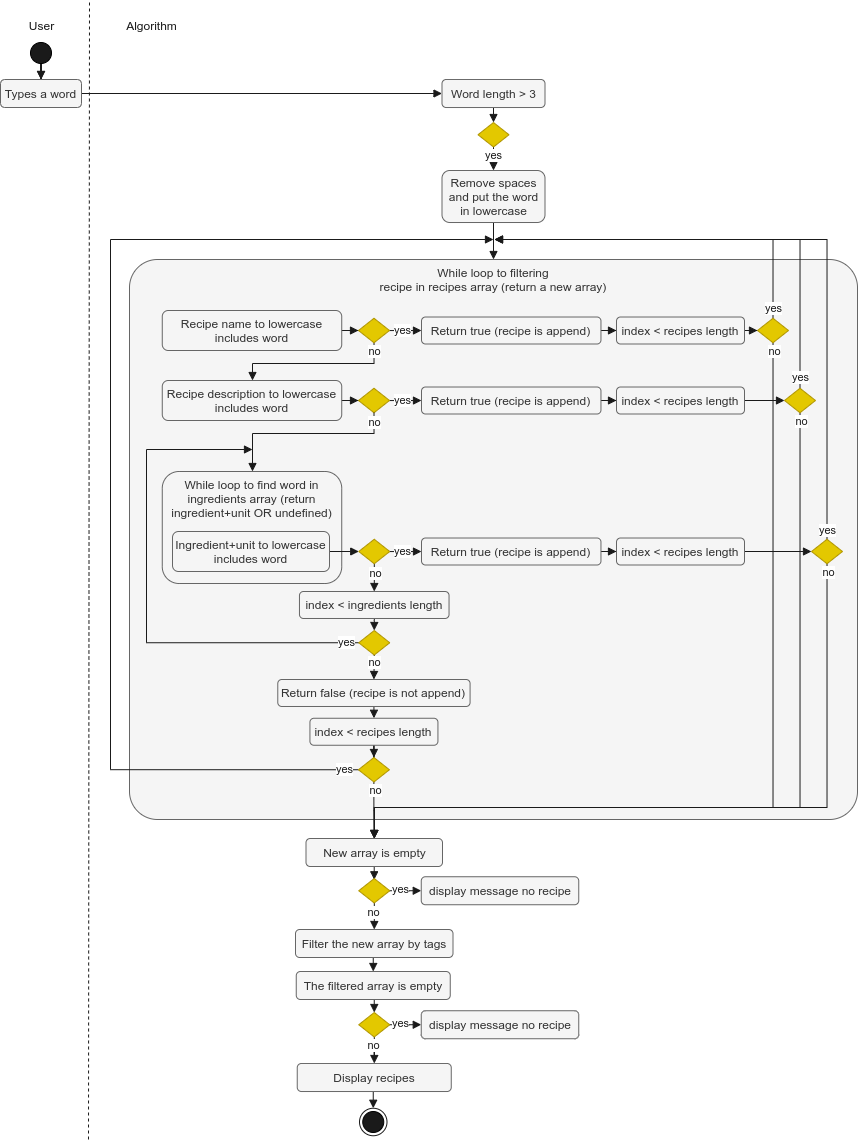
Lob2018/YannLobjois_7_17062021 keeps this draw.io diagram as spec/1.drawio.png. Above is the earlier version. Source tidied: cells renumbered, new cells last; positions are measured from the earlier drawing's top-left corner, leaving out a move shared by most shapes.
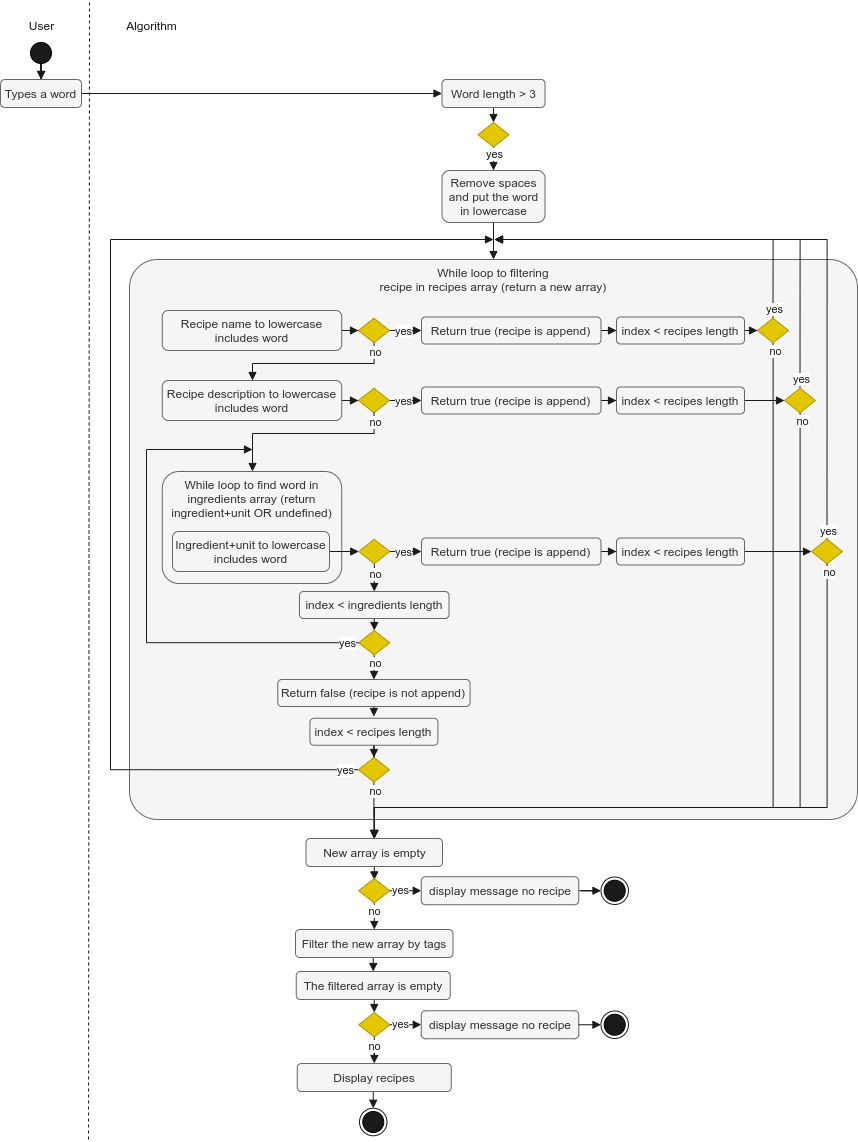
Above is the later version.

Commit message:
Fix UML+fiche d'investigation de fonctionnalité sur l'algorithme

Change to the diagram source:
```diff
@@ -188,6 +188,9 @@
     <mxCell id="50" value="New array is empty" style="rounded=1;whiteSpace=wrap;html=1;fontColor=#333333;fillColor=#f5f5f5;strokeColor=#666666;" parent="1" vertex="1">
       <mxGeometry x="305.5" y="838" width="136.5" height="28" as="geometry" />
     </mxCell>
+    <mxCell id="105" style="edgeStyle=orthogonalEdgeStyle;rounded=0;jettySize=auto;html=1;entryX=0;entryY=0.5;entryDx=0;entryDy=0;fontColor=#FFFFFF;strokeColor=#1A1A1A;strokeWidth=1;endFill=1;endArrow=block;endSize=6;" parent="1" edge="1" source="51" target="106">
+      <mxGeometry relative="1" as="geometry" />
+    </mxCell>
     <mxCell id="51" value="display message no recipe" style="rounded=1;whiteSpace=wrap;html=1;fontColor=#333333;fillColor=#f5f5f5;strokeColor=#666666;" parent="1" vertex="1">
       <mxGeometry x="420.8" y="876.2" width="157.5" height="28" as="geometry" />
     </mxCell>
@@ -434,5 +437,20 @@
     <mxCell id="104" style="rhombus;whiteSpace=wrap;html=1;fillColor=#e3c800;strokeColor=#B09500;fontColor=#000000;" parent="1" vertex="1">
       <mxGeometry x="358.2" y="630" width="31" height="24.5" as="geometry" />
     </mxCell>
+    <mxCell id="106" style="ellipse;whiteSpace=wrap;html=1;fillColor=#FFFFFF;strokeColor=#1A1A1A;" parent="1" vertex="1">
+      <mxGeometry x="600.5" y="876.5" width="27.5" height="27.5" as="geometry" />
+    </mxCell>
+    <mxCell id="107" style="ellipse;whiteSpace=wrap;html=1;fillColor=#1A1A1A;" parent="1" vertex="1">
+      <mxGeometry x="603.7" y="879.7" width="21" height="21" as="geometry" />
+    </mxCell>
+    <mxCell id="108" style="edgeStyle=orthogonalEdgeStyle;rounded=0;jettySize=auto;html=1;entryX=0;entryY=0.5;entryDx=0;entryDy=0;fontColor=#FFFFFF;strokeColor=#1A1A1A;strokeWidth=1;endFill=1;endArrow=block;endSize=6;exitX=1;exitY=0.5;exitDx=0;exitDy=0;" parent="1" edge="1" source="61" target="109">
+      <mxGeometry relative="1" as="geometry" />
+    </mxCell>
+    <mxCell id="109" style="ellipse;whiteSpace=wrap;html=1;fillColor=#FFFFFF;strokeColor=#1A1A1A;" parent="1" vertex="1">
+      <mxGeometry x="600.5" y="1010.5" width="27.5" height="27.5" as="geometry" />
+    </mxCell>
+    <mxCell id="110" style="ellipse;whiteSpace=wrap;html=1;fillColor=#1A1A1A;" parent="1" vertex="1">
+      <mxGeometry x="603.7" y="1013.7" width="21" height="21" as="geometry" />
+    </mxCell>
   </root>
 </mxGraphModel>
```
